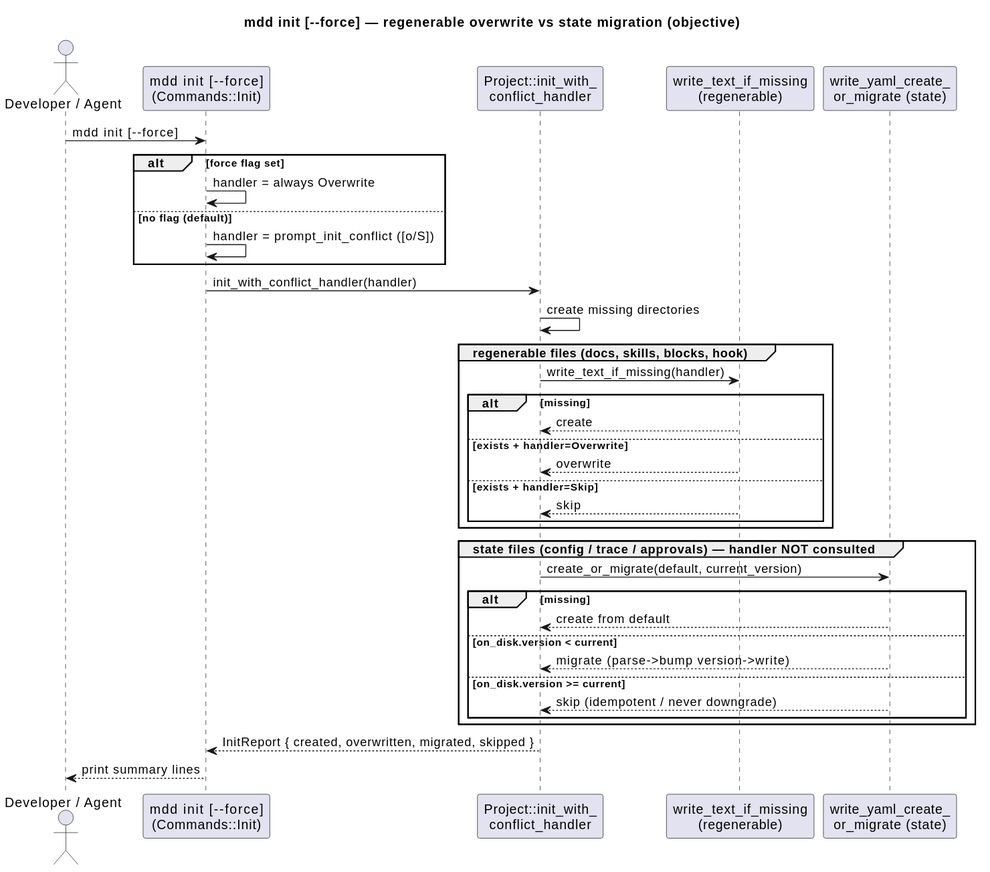
Above: .mdd/rendered/models/objective/sequences/init-scaffold.svg in cthadeufaria/model-driven-development (PlantUML), before the change. Source of this version:
```plantuml
@startuml
title mdd init [--force] — regenerable overwrite vs state migration (objective)

actor "Developer / Agent" as Dev
participant "mdd init [--force]\n(Commands::Init)" as Cli
participant "Project::init_with_\nconflict_handler" as Engine
participant "write_text_if_missing\n(regenerable)" as Text
participant "write_yaml_create_\nor_migrate (state)" as Yaml

Dev -> Cli : mdd init [--force]
alt force flag set
  Cli -> Cli : handler = always Overwrite
else no flag (default)
  Cli -> Cli : handler = prompt_init_conflict ([o/S])
end
Cli -> Engine : init_with_conflict_handler(handler)
Engine -> Engine : create missing directories

group regenerable files (docs, skills, blocks, hook)
  Engine -> Text : write_text_if_missing(handler)
  alt missing
    Text --> Engine : create
  else exists + handler=Overwrite
    Text --> Engine : overwrite
  else exists + handler=Skip
    Text --> Engine : skip
  end
end

group state files (config / trace / approvals) — handler NOT consulted
  Engine -> Yaml : create_or_migrate(default, current_version)
  alt missing
    Yaml --> Engine : create from default
  else on_disk.version < current
    Yaml --> Engine : migrate (parse->bump version->write)
  else on_disk.version >= current
    Yaml --> Engine : skip (idempotent / never downgrade)
  end
end

Engine --> Cli : InitReport { created, overwritten, migrated, skipped }
Cli --> Dev : print summary lines
@enduml
```
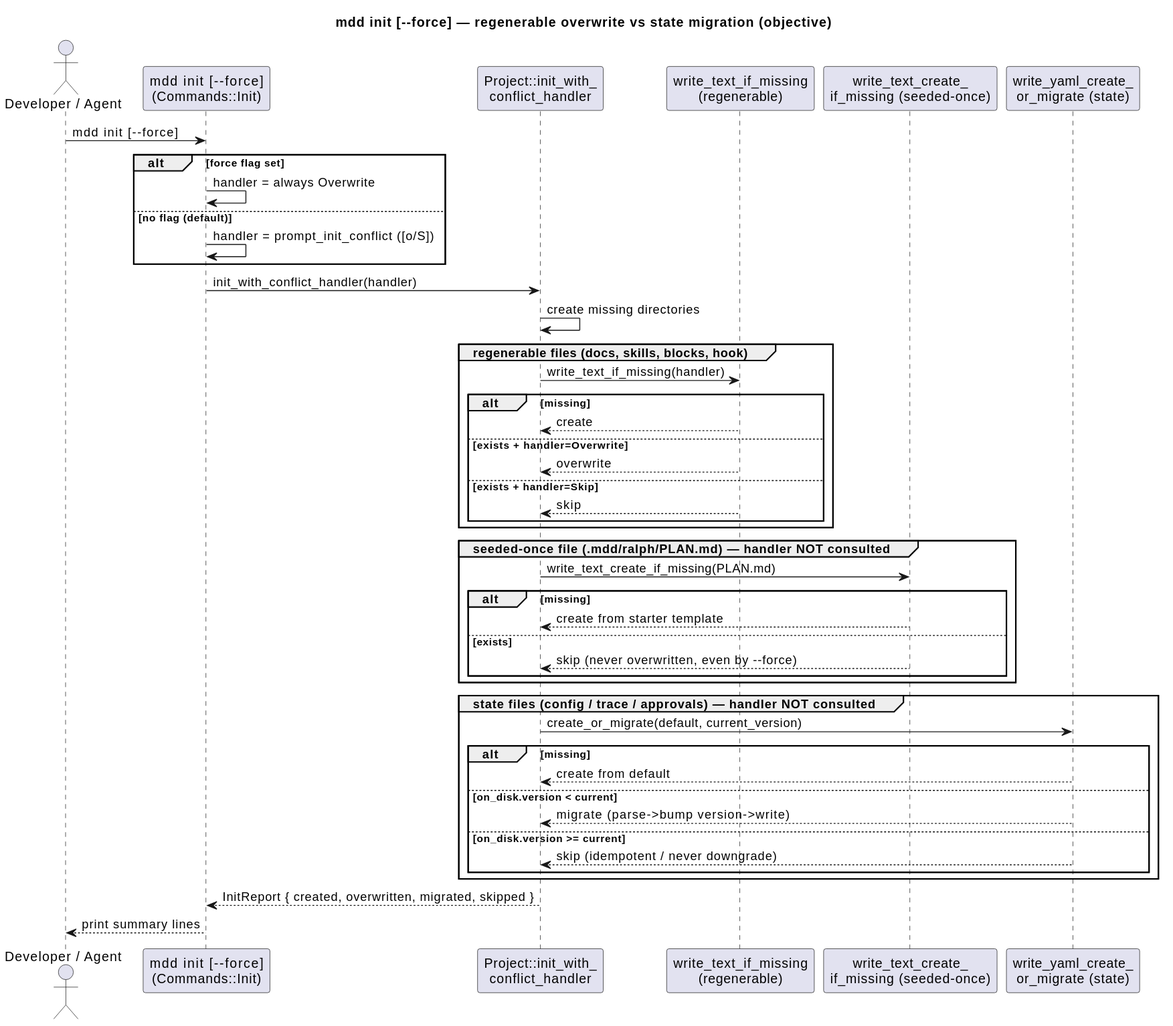
The same file after the commit.

Diff of the diagram source:
```diff
@@ -5,6 +5,7 @@
 participant "mdd init [--force]\n(Commands::Init)" as Cli
 participant "Project::init_with_\nconflict_handler" as Engine
 participant "write_text_if_missing\n(regenerable)" as Text
+participant "write_text_create_\nif_missing (seeded-once)" as Seed
 participant "write_yaml_create_\nor_migrate (state)" as Yaml
 
 Dev -> Cli : mdd init [--force]
@@ -27,6 +28,15 @@
   end
 end
 
+group seeded-once file (.mdd/ralph/PLAN.md) — handler NOT consulted
+  Engine -> Seed : write_text_create_if_missing(PLAN.md)
+  alt missing
+    Seed --> Engine : create from starter template
+  else exists
+    Seed --> Engine : skip (never overwritten, even by --force)
+  end
+end
+
 group state files (config / trace / approvals) — handler NOT consulted
   Engine -> Yaml : create_or_migrate(default, current_version)
   alt missing
```
